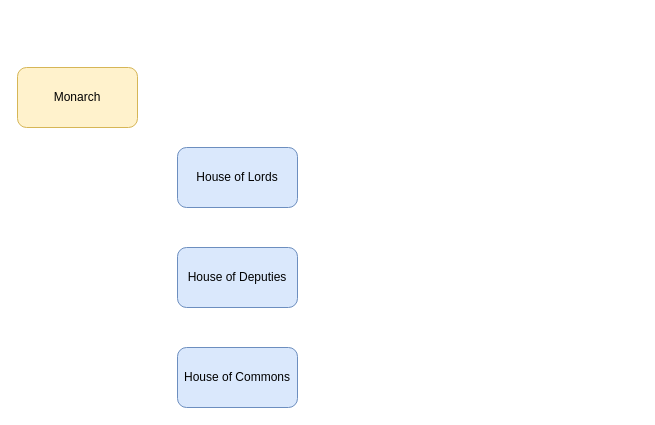
This is Æleania/Æleanian Political Org Chart.drawio from jamlamtheblue/DES-Pol, a draw.io file, before an edit. Source tidied: cells renumbered, new cells numbered last; positions are measured from the earlier drawing's top-left corner, leaving out a move shared by most shapes. Both pictures are drawn from the tidied source at 100%, with x=0, y=0 at pixel (17, 67).
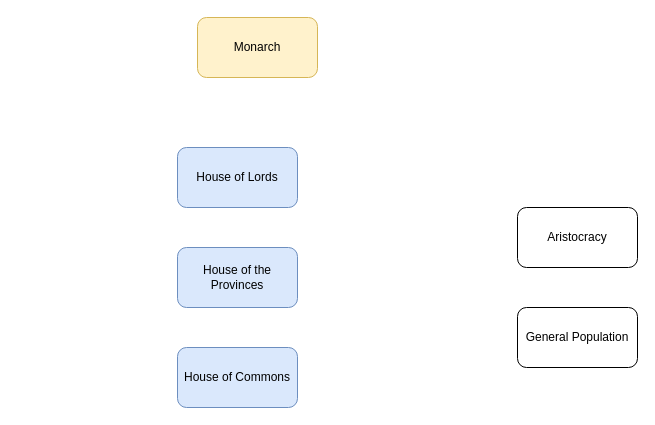
The same diagram, later.

The edit, as a diff of the source:
```diff
@@
 <mxGraphModel>
   <root>
     <mxCell id="0" />
     <mxCell id="1" parent="0" />
     <mxCell id="2" value="Monarch" style="rounded=1;whiteSpace=wrap;html=1;fillColor=#fff2cc;strokeColor=#d6b656;" parent="1" vertex="1">
-      <mxGeometry width="120" height="60" as="geometry" />
+      <mxGeometry x="180" y="-50" width="120" height="60" as="geometry" />
     </mxCell>
     <mxCell id="3" value="House of Lords" style="rounded=1;whiteSpace=wrap;html=1;fillColor=#dae8fc;strokeColor=#6c8ebf;" parent="1" vertex="1">
       <mxGeometry x="160" y="80" width="120" height="60" as="geometry" />
     </mxCell>
-    <mxCell id="4" value="House of Deputies" style="rounded=1;whiteSpace=wrap;html=1;fillColor=#dae8fc;strokeColor=#6c8ebf;" parent="1" vertex="1">
+    <mxCell id="4" value="House of the Provinces" style="rounded=1;whiteSpace=wrap;html=1;fillColor=#dae8fc;strokeColor=#6c8ebf;" parent="1" vertex="1">
       <mxGeometry x="160" y="180" width="120" height="60" as="geometry" />
     </mxCell>
     <mxCell id="5" value="House of Commons" style="rounded=1;whiteSpace=wrap;html=1;fillColor=#dae8fc;strokeColor=#6c8ebf;" parent="1" vertex="1">
       <mxGeometry x="160" y="280" width="120" height="60" as="geometry" />
     </mxCell>
+    <mxCell id="6" value="Aristocracy" style="rounded=1;whiteSpace=wrap;html=1;" parent="1" vertex="1">
+      <mxGeometry x="500" y="140" width="120" height="60" as="geometry" />
+    </mxCell>
+    <mxCell id="7" value="General Population" style="rounded=1;whiteSpace=wrap;html=1;" parent="1" vertex="1">
+      <mxGeometry x="500" y="240" width="120" height="60" as="geometry" />
+    </mxCell>
   </root>
 </mxGraphModel>
```
